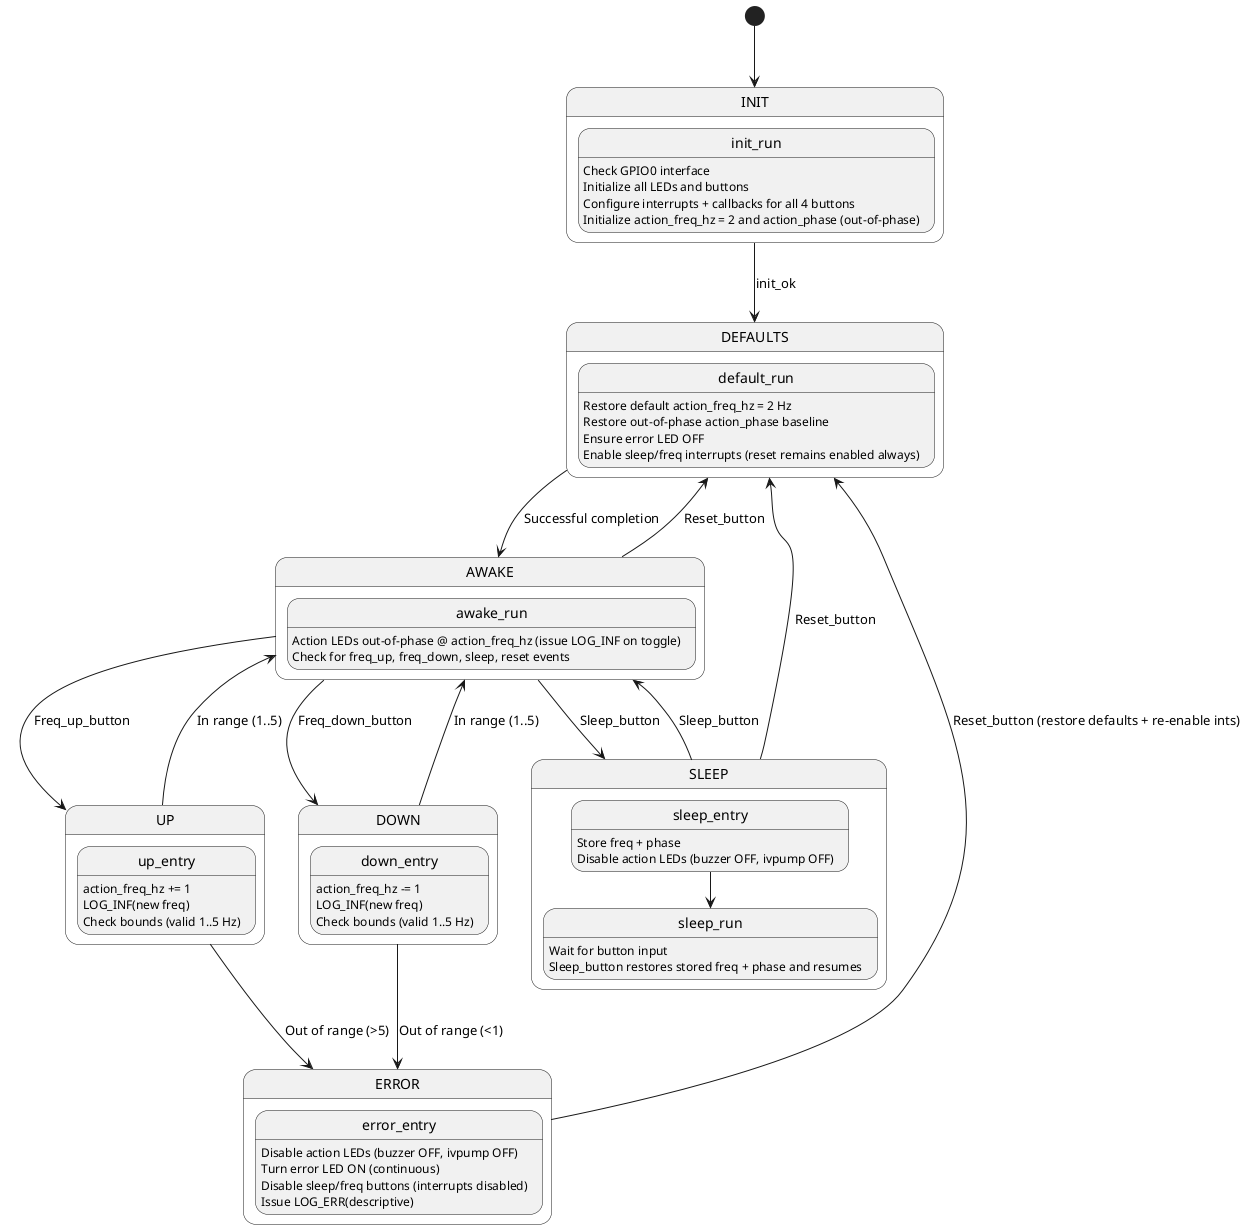
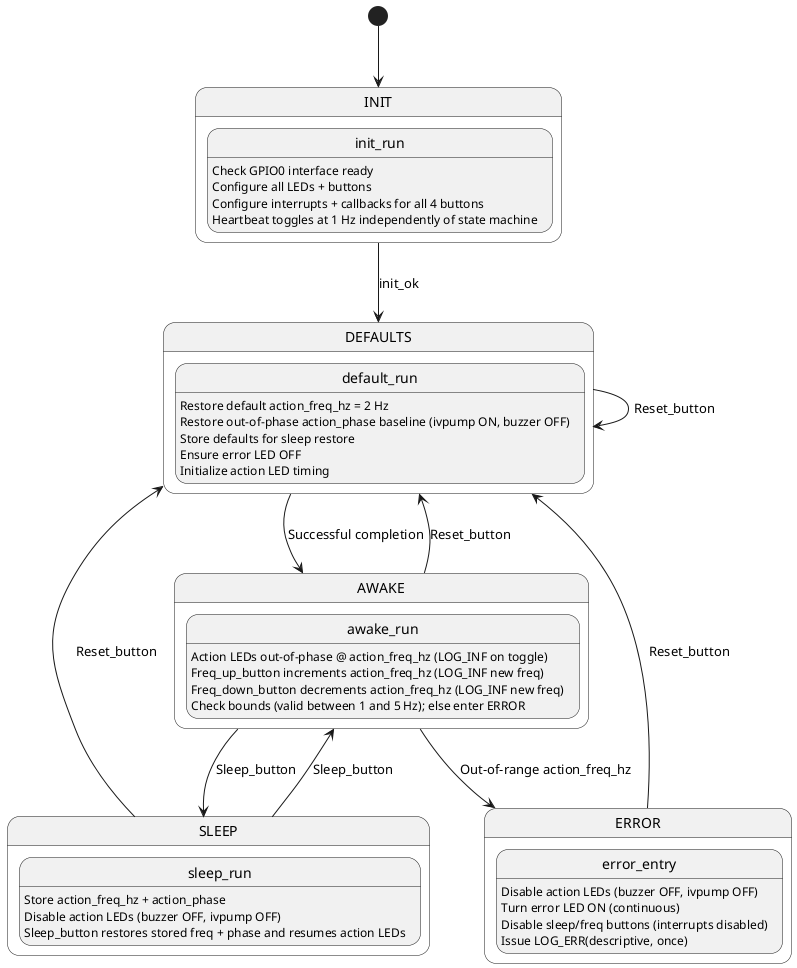
@startuml
[*] --> INIT

state INIT {
-     init_run: Check GPIO0 interface
-     init_run: Initialize all LEDs and buttons
+     init_run: Check GPIO0 interface ready
+     init_run: Configure all LEDs + buttons
    init_run: Configure interrupts + callbacks for all 4 buttons
-     init_run: Initialize action_freq_hz = 2 and action_phase (out-of-phase)
+     init_run: Heartbeat toggles at 1 Hz independently of state machine
}

INIT -d-> DEFAULTS : init_ok

state DEFAULTS {
    default_run: Restore default action_freq_hz = 2 Hz
-     default_run: Restore out-of-phase action_phase baseline
+     default_run: Restore out-of-phase action_phase baseline (ivpump ON, buzzer OFF)
+     default_run: Store defaults for sleep restore
    default_run: Ensure error LED OFF
-     default_run: Enable sleep/freq interrupts (reset remains enabled always)
+     default_run: Initialize action LED timing
}

DEFAULTS --> AWAKE : Successful completion
+ DEFAULTS --> DEFAULTS : Reset_button
+ 
state AWAKE {
-     awake_run : Action LEDs out-of-phase @ action_freq_hz (issue LOG_INF on toggle)
-     awake_run : Check for freq_up, freq_down, sleep, reset events
+     awake_run: Action LEDs out-of-phase @ action_freq_hz (LOG_INF on toggle)
+     awake_run: Freq_up_button increments action_freq_hz (LOG_INF new freq)
+     awake_run: Freq_down_button decrements action_freq_hz (LOG_INF new freq)
+     awake_run: Check bounds (valid between 1 and 5 Hz); else enter ERROR
}

- AWAKE --> UP : Freq_up_button
- AWAKE --> DOWN : Freq_down_button
AWAKE --> SLEEP : Sleep_button
AWAKE --> DEFAULTS : Reset_button
+ AWAKE --> ERROR : Out-of-range action_freq_hz

- state UP {
-     up_entry : action_freq_hz += 1
-     up_entry : LOG_INF(new freq)
-     up_entry : Check bounds (valid 1..5 Hz)
+ state SLEEP {
+     sleep_run: Store action_freq_hz + action_phase
+     sleep_run: Disable action LEDs (buzzer OFF, ivpump OFF)
+     sleep_run: Sleep_button restores stored freq + phase and resumes action LEDs
}

- UP --> AWAKE : In range (1..5)
- UP --> ERROR : Out of range (>5)
+ SLEEP --> AWAKE : Sleep_button
+ SLEEP --> DEFAULTS : Reset_button

- state DOWN {
-     down_entry : action_freq_hz -= 1
-     down_entry : LOG_INF(new freq)
-     down_entry : Check bounds (valid 1..5 Hz)
+ state ERROR {
+     error_entry: Disable action LEDs (buzzer OFF, ivpump OFF)
+     error_entry: Turn error LED ON (continuous)
+     error_entry: Disable sleep/freq buttons (interrupts disabled)
+     error_entry: Issue LOG_ERR(descriptive, once)
}

- DOWN --> AWAKE : In range (1..5)
- DOWN --> ERROR : Out of range (<1)
- 
- state SLEEP {
-     sleep_entry : Store freq + phase
-     sleep_entry : Disable action LEDs (buzzer OFF, ivpump OFF)
-     sleep_entry --> sleep_run
-     sleep_run : Wait for button input
-     sleep_run : Sleep_button restores stored freq + phase and resumes
- }
- 
- SLEEP --> DEFAULTS : Reset_button
- SLEEP --> AWAKE : Sleep_button
- 
- state ERROR {
-     error_entry : Disable action LEDs (buzzer OFF, ivpump OFF)
-     error_entry : Turn error LED ON (continuous)
-     error_entry : Disable sleep/freq buttons (interrupts disabled)
-     error_entry : Issue LOG_ERR(descriptive)
- }
- 
- ERROR --> DEFAULTS : Reset_button (restore defaults + re-enable ints)
- @enduml
+ ERROR --> DEFAULTS : Reset_button
+ @enduml